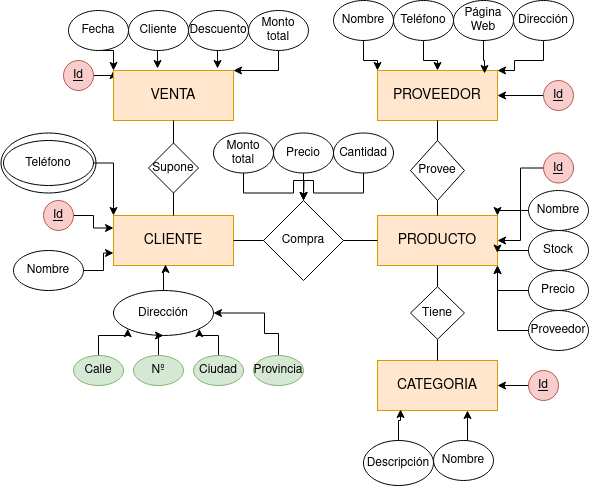
This is Unidad-1/Tareas/Tarea 1/Diagrama-tarea.drawio.png from IsaiasTolP/Base-Datos, a draw.io export, as it was before one commit. Source tidied: cells renumbered, new cells last; positions are measured from the earlier drawing's top-left corner, leaving out a move shared by most shapes.
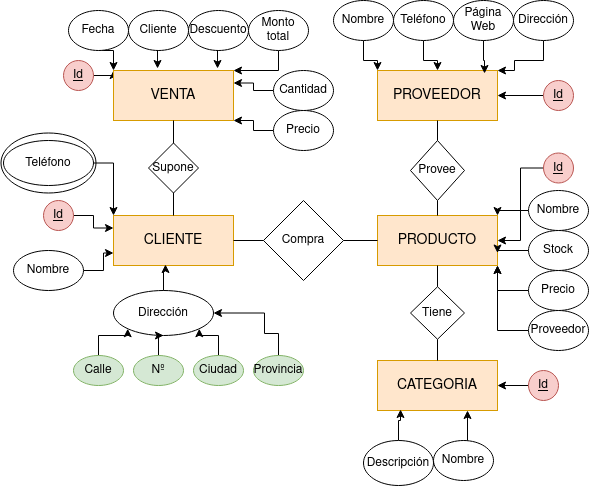
Above is the later version.

Change to the diagram source:
```diff
@@ -144,26 +144,23 @@
     <mxCell id="43" value="Teléfono" style="ellipse;whiteSpace=wrap;html=1;" parent="1" vertex="1">
       <mxGeometry x="2" y="140" width="90" height="45" as="geometry" />
     </mxCell>
-    <mxCell id="44" style="edgeStyle=orthogonalEdgeStyle;rounded=0;jettySize=auto;html=1;" parent="1" edge="1" source="45" target="6">
-      <mxGeometry relative="1" as="geometry" />
-    </mxCell>
+    <mxCell id="78" style="edgeStyle=orthogonalEdgeStyle;rounded=0;jettySize=auto;html=1;entryX=1;entryY=1;entryDx=0;entryDy=0;" parent="1" edge="1" source="45" target="50">
+      <mxGeometry relative="1" as="geometry">
+        <Array as="points">
+          <mxPoint x="252" y="130" />
+          <mxPoint x="252" y="120" />
+        </Array>
+      </mxGeometry>
+    </mxCell>
     <mxCell id="45" value="Precio" style="ellipse;whiteSpace=wrap;html=1;" parent="1" vertex="1">
-      <mxGeometry x="272" y="132.5" width="60" height="40" as="geometry" />
+      <mxGeometry x="272" y="110" width="60" height="40" as="geometry" />
     </mxCell>
-    <mxCell id="46" style="edgeStyle=orthogonalEdgeStyle;rounded=0;jettySize=auto;html=1;" parent="1" edge="1" source="47" target="6">
+    <mxCell id="46" style="edgeStyle=orthogonalEdgeStyle;rounded=0;jettySize=auto;html=1;entryX=1;entryY=0.25;entryDx=0;entryDy=0;" parent="1" edge="1" source="47" target="50">
       <mxGeometry relative="1" as="geometry" />
     </mxCell>
     <mxCell id="47" value="Cantidad" style="ellipse;whiteSpace=wrap;html=1;" parent="1" vertex="1">
-      <mxGeometry x="332" y="132.5" width="60" height="40" as="geometry" />
+      <mxGeometry x="272" y="70" width="60" height="40" as="geometry" />
     </mxCell>
-    <mxCell id="48" style="edgeStyle=orthogonalEdgeStyle;rounded=0;jettySize=auto;html=1;exitX=0.5;exitY=1;exitDx=0;exitDy=0;" parent="1" edge="1" source="49">
-      <mxGeometry relative="1" as="geometry">
-        <mxPoint x="302" y="200" as="targetPoint" />
-      </mxGeometry>
-    </mxCell>
-    <mxCell id="49" value="Monto total" style="ellipse;whiteSpace=wrap;html=1;" parent="1" vertex="1">
-      <mxGeometry x="212" y="132.5" width="60" height="40" as="geometry" />
-    </mxCell>
     <mxCell id="50" value="VENTA" style="rounded=0;whiteSpace=wrap;html=1;fillColor=#ffe6cc;strokeColor=#d79b00;fontSize=14;" parent="1" vertex="1">
       <mxGeometry x="112" y="70" width="120" height="50" as="geometry" />
     </mxCell>
```
